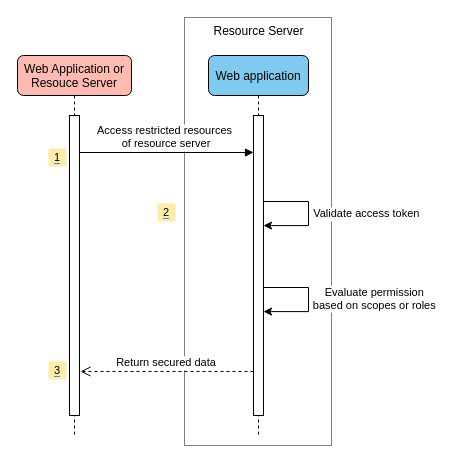
Azure/azure-sdk-for-java keeps this draw.io diagram as sdk/spring/azure-spring-boot-starter-active-directory/resource/source-file/add-based-standalone-resource-server.drawio. Above is the earlier version. Source tidied: cells renumbered, new cells numbered last; positions are measured from the earlier drawing's top-left corner, leaving out a move shared by most shapes. Both pictures are drawn from the tidied source at 100%, with x=0, y=0 at pixel (17, 17).
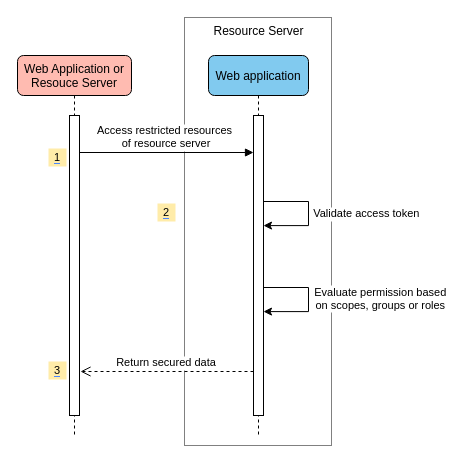
After the change.

Unchanged cells that the change refers to:
```xml
<mxCell id="12" style="edgeStyle=orthogonalEdgeStyle;rounded=0;orthogonalLoop=1;jettySize=auto;html=1;entryX=1;entryY=0.479;entryDx=0;entryDy=0;entryPerimeter=0;fontSize=11;" parent="1" edge="1">
  <mxGeometry relative="1" as="geometry">
    <mxPoint x="246" y="270" as="sourcePoint" />
    <mxPoint x="246" y="294.1" as="targetPoint" />
    <Array as="points">
      <mxPoint x="291" y="270" />
      <mxPoint x="291" y="294" />
    </Array>
  </mxGeometry>
</mxCell>
```

The edit, as a diff of the source:
```diff
@@
-    <mxCell id="13" value="Evaluate permission &#10;based on scopes or roles" style="edgeLabel;align=center;verticalAlign=middle;fontSize=11;spacingRight=0;spacingLeft=16;" parent="12" vertex="1">
+    <mxCell id="13" value="Evaluate permission based &#10;on scopes, groups or roles" style="edgeLabel;align=center;verticalAlign=middle;fontSize=11;spacingRight=0;spacingLeft=16;" parent="12" vertex="1">
       <mxGeometry x="-0.69" relative="1" as="geometry">
-        <mxPoint x="84.8" y="10" as="offset" />
+        <mxPoint x="90.8" y="10" as="offset" />
       </mxGeometry>
     </mxCell>
```
